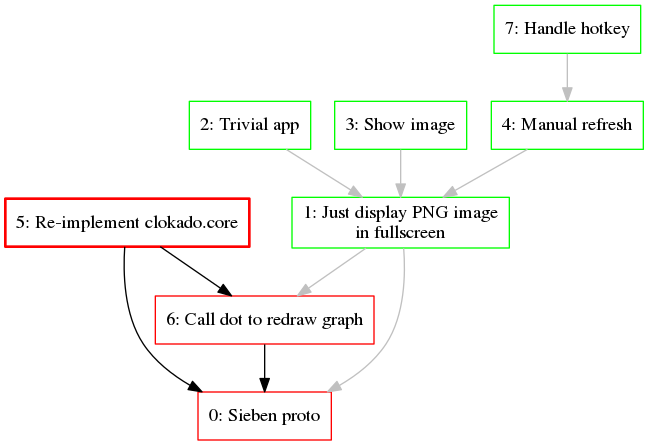
This is doc/work.png from ahitrin/SiebenApp, a Graphviz export, as it was before one commit. Its source is kept beside it as doc/work.dot.
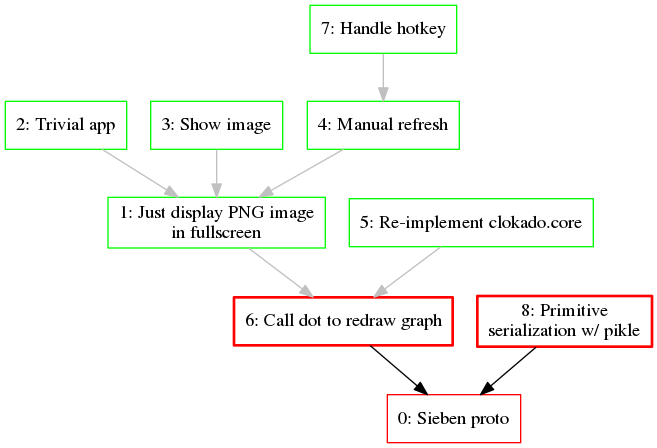
The same diagram one commit later.

Commit message:
Update docs: next plans

Change to the diagram source:
```diff
@@ -5,16 +5,17 @@
 2 [label="2: Trivial app", color="green", shape="box"];
 3 [label="3: Show image", color="green", shape="box"];
 4 [label="4: Manual refresh", color="green", shape="box"];
-5 [label="5: Re-implement clokado.core", color="red", shape="box", style="bold"];
-6 [label="6: Call dot to redraw graph", color="red", shape="box"];
+5 [label="5: Re-implement clokado.core", color="green", shape="box"];
+6 [label="6: Call dot to redraw graph", color="red", shape="box", style="bold"];
 7 [label="7: Handle hotkey", color="green", shape="box"];
-1 -> 0 [color="grey"];
+8 [label="8: Primitive
+serialization w/ pikle", color="red", shape="box", style="bold"];
 1 -> 6 [color="grey"];
 2 -> 1 [color="grey"];
 3 -> 1 [color="grey"];
 4 -> 1 [color="grey"];
-5 -> 0 [color="black"];
-5 -> 6 [color="black"];
+5 -> 6 [color="grey"];
 6 -> 0 [color="black"];
 7 -> 4 [color="grey"];
+8 -> 0 [color="black"];
 }
```
